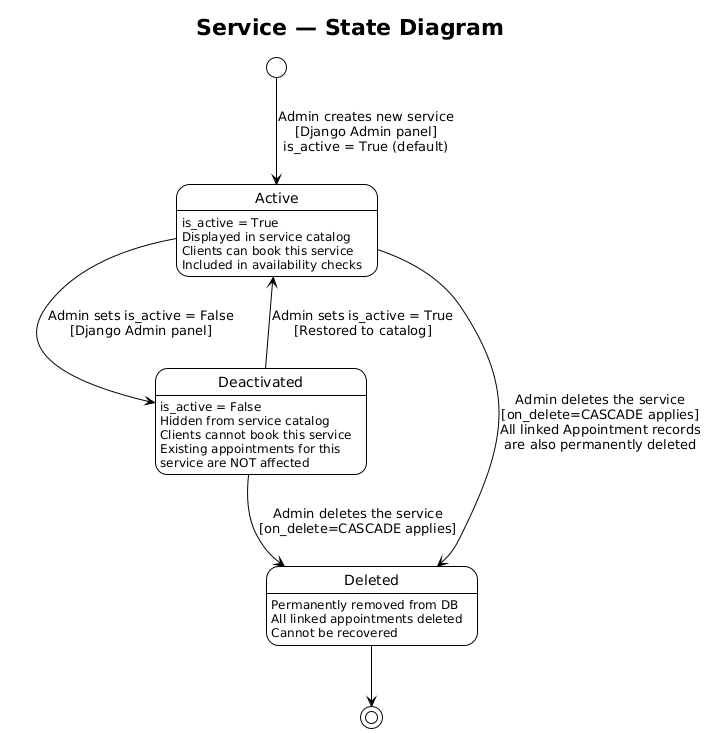
This is Service_State_Diagram.png from mahxri/COMP2171-Hair-Booking, a PlantUML export, as it was before one commit.
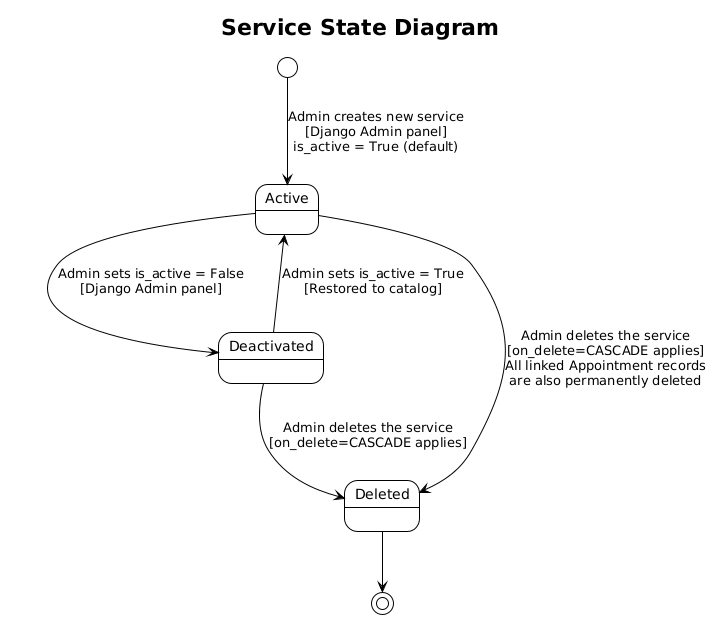
Later version of the same file.

Change to the diagram source:
```diff
@@ -1,18 +1,18 @@
 @startuml
 !theme plain
 hide empty description
-title Service — State Diagram
+title Service State Diagram
 
 [*] --> Active : Admin creates new service\n[Django Admin panel]\nis_active = True (default)
 
 state Active {
-    Active : is_active = True\nDisplayed in service catalog\nClients can book this service\nIncluded in availability checks
+    Active:
 }
 
 Active --> Deactivated : Admin sets is_active = False\n[Django Admin panel]
 
 state Deactivated {
-    Deactivated : is_active = False\nHidden from service catalog\nClients cannot book this service\nExisting appointments for this\nservice are NOT affected
+    Deactivated:
 }
 
 Deactivated --> Active : Admin sets is_active = True\n[Restored to catalog]
@@ -22,9 +22,8 @@
 Deactivated --> Deleted : Admin deletes the service\n[on_delete=CASCADE applies]
 
 state Deleted {
-    Deleted : Permanently removed from DB\nAll linked appointments deleted\nCannot be recovered
+    Deleted:
 }
 
 Deleted --> [*]
-
 @enduml
```
